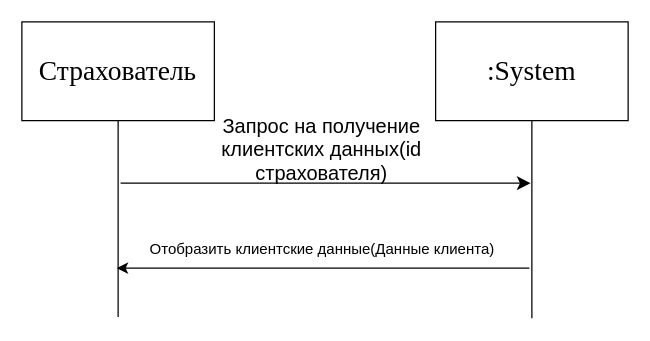
This is page "Просмотр клиентских данных" (5 of 10) of src/main/resources/documentation/Диаграммы последовательностей системы ВИ.drawio from VladBaton/vlk, a draw.io file, before an edit. Source tidied: cells renumbered, new cells numbered last; positions are measured from the earlier drawing's top-left corner, leaving out a move shared by most shapes. Both pictures are drawn from the tidied source at 125%, with x=0, y=0 at pixel (21, 21).
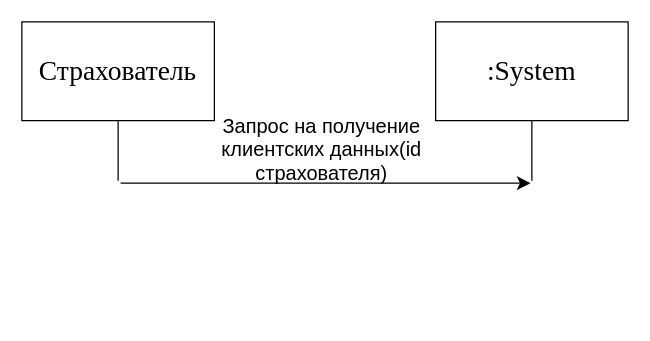
Above is the later version.

What changed in the source:
```diff
@@
 <mxGraphModel>
   <root>
     <mxCell id="0" />
     <mxCell id="1" parent="0" />
     <mxCell id="2" value="Страхователь" style="rounded=0;whiteSpace=wrap;html=1;fontFamily=Times New Roman;fontSize=22;" parent="1" vertex="1">
       <mxGeometry width="154" height="79" as="geometry" />
     </mxCell>
     <mxCell id="3" value=":System" style="rounded=0;whiteSpace=wrap;html=1;fontFamily=Times New Roman;fontSize=22;" parent="1" vertex="1">
       <mxGeometry x="331" width="154" height="79" as="geometry" />
     </mxCell>
     <mxCell id="4" style="endArrow=none;html=1;rounded=0;fontSize=12;startSize=8;endSize=8;curved=1;entryX=0.5;entryY=1;entryDx=0;entryDy=0;" parent="1" edge="1" target="2">
       <mxGeometry relative="1" as="geometry">
-        <mxPoint x="77" y="236" as="sourcePoint" />
+        <mxPoint x="77" y="127" as="sourcePoint" />
       </mxGeometry>
     </mxCell>
     <mxCell id="5" style="endArrow=none;html=1;rounded=0;fontSize=12;startSize=8;endSize=8;curved=1;entryX=0.5;entryY=1;entryDx=0;entryDy=0;" parent="1" edge="1" target="3">
       <mxGeometry relative="1" as="geometry">
-        <mxPoint x="408" y="237" as="sourcePoint" />
+        <mxPoint x="408" y="127" as="sourcePoint" />
       </mxGeometry>
     </mxCell>
     <mxCell id="6" style="endArrow=classic;html=1;rounded=0;fontSize=12;startSize=8;endSize=8;curved=1;" parent="1" edge="1">
       <mxGeometry relative="1" as="geometry">
         <mxPoint x="79" y="129" as="sourcePoint" />
         <mxPoint x="407" y="129" as="targetPoint" />
       </mxGeometry>
     </mxCell>
     <mxCell id="7" value="Запрос на получение клиентских данных(id страхователя)" style="text;html=1;align=center;verticalAlign=middle;whiteSpace=wrap;rounded=0;fontSize=16;" parent="1" vertex="1">
       <mxGeometry x="136" y="87" width="208" height="30" as="geometry" />
     </mxCell>
-    <mxCell id="8" style="endArrow=classic;html=1;rounded=0;" parent="1" edge="1">
-      <mxGeometry relative="1" as="geometry">
-        <mxPoint x="406" y="197" as="sourcePoint" />
-        <mxPoint x="76" y="197" as="targetPoint" />
-      </mxGeometry>
-    </mxCell>
-    <mxCell id="9" value="Отобразить клиентские данные(Данные клиента)" style="text;html=1;align=center;verticalAlign=middle;strokeColor=none;fillColor=none;" parent="1" vertex="1">
-      <mxGeometry x="90" y="167" width="300" height="30" as="geometry" />
-    </mxCell>
   </root>
 </mxGraphModel>
```
